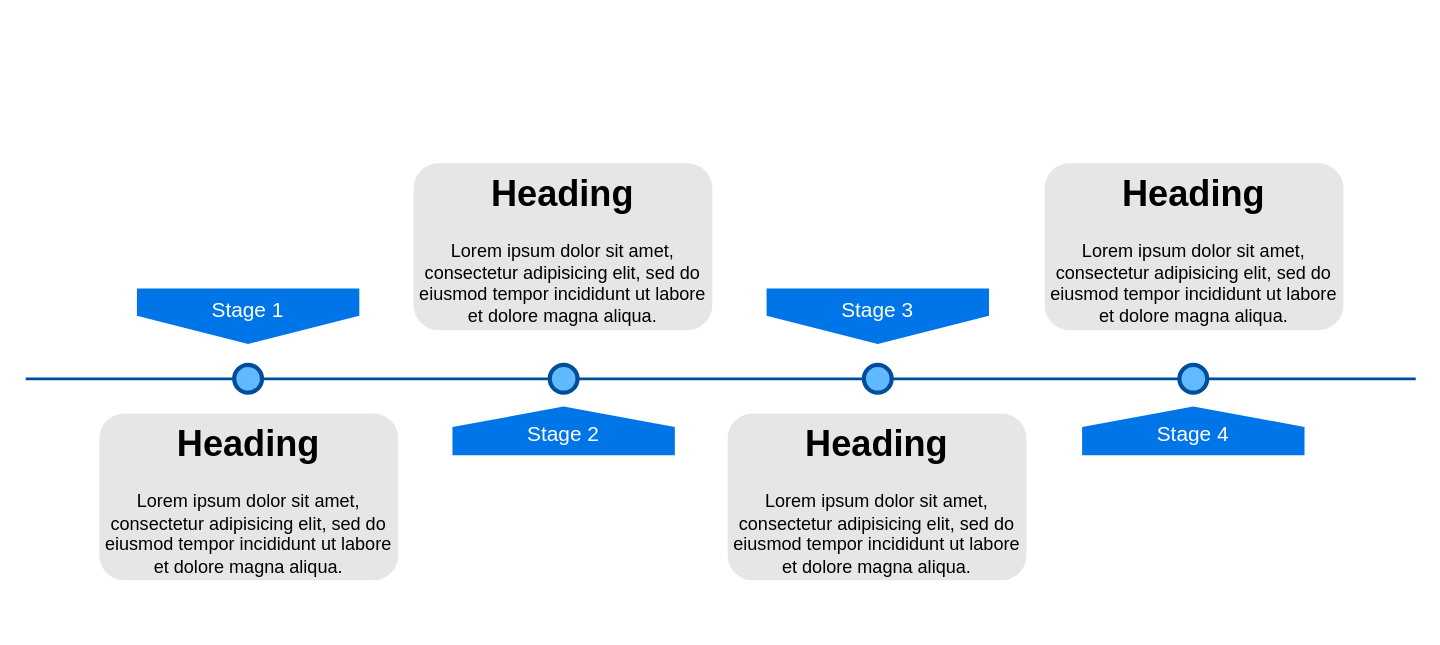
Before: Untitled Diagram.drawio in axe360/datamonetisation, a draw.io diagram. Source tidied: cells renumbered, new cells numbered last; positions are measured from the earlier drawing's top-left corner, leaving out a move shared by most shapes. Both pictures are drawn from the tidied source at 139%, with x=0, y=0 at pixel (25, 163).
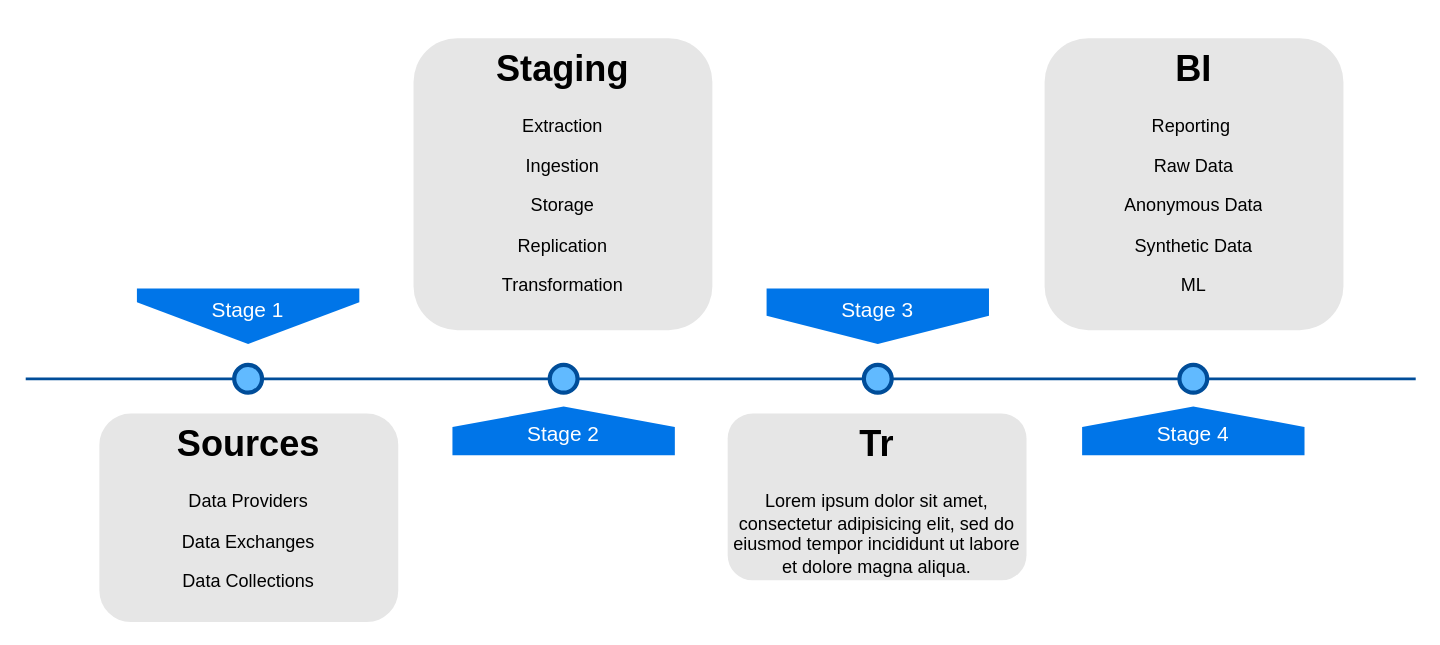
Above is the later version.

The edit, as a diff of the source:
```diff
@@
 <mxGraphModel>
   <root>
     <mxCell id="0" />
     <mxCell id="1" parent="0" />
     <mxCell id="2" style="line;strokeWidth=2;html=1;fillColor=none;fontSize=28;fontColor=#004D99;strokeColor=#004D99;" parent="1" vertex="1">
       <mxGeometry y="150" width="1000" height="10" as="geometry" />
     </mxCell>
-    <mxCell id="3" value="Stage 1" style="shape=offPageConnector;whiteSpace=wrap;html=1;fillColor=#0075E8;fontSize=15;fontColor=#FFFFFF;size=0.5093750000000015;verticalAlign=top;strokeColor=none;" parent="1" vertex="1">
+    <mxCell id="3" value="Stage 1" style="shape=offPageConnector;whiteSpace=wrap;html=1;fillColor=#0075E8;fontSize=15;fontColor=#FFFFFF;size=0.75;verticalAlign=top;strokeColor=none;" parent="1" vertex="1">
       <mxGeometry x="80" y="90" width="160" height="40" as="geometry" />
     </mxCell>
     <mxCell id="4" value="&lt;span&gt;Stage 3&lt;/span&gt;" style="shape=offPageConnector;whiteSpace=wrap;html=1;fillColor=#0075E8;fontSize=15;fontColor=#FFFFFF;size=0.5093750000000015;verticalAlign=top;strokeColor=none;" parent="1" vertex="1">
       <mxGeometry x="533" y="90" width="160" height="40" as="geometry" />
     </mxCell>
     <mxCell id="5" value="&lt;span&gt;Stage 2&lt;/span&gt;" style="shape=offPageConnector;whiteSpace=wrap;html=1;fillColor=#0075E8;fontSize=15;fontColor=#FFFFFF;size=0.4178571428571445;flipV=1;verticalAlign=bottom;strokeColor=none;spacingBottom=4;" parent="1" vertex="1">
       <mxGeometry x="307" y="175" width="160" height="35" as="geometry" />
     </mxCell>
     <mxCell id="6" value="&lt;span&gt;Stage 4&lt;/span&gt;" style="shape=offPageConnector;whiteSpace=wrap;html=1;fillColor=#0075E8;fontSize=15;fontColor=#FFFFFF;size=0.4178571428571445;flipV=1;verticalAlign=bottom;strokeColor=none;spacingBottom=4;" parent="1" vertex="1">
       <mxGeometry x="760" y="175" width="160" height="35" as="geometry" />
     </mxCell>
     <mxCell id="7" style="ellipse;whiteSpace=wrap;html=1;fillColor=#61BAFF;fontSize=28;fontColor=#004D99;strokeWidth=3;strokeColor=#004D99;" parent="1" vertex="1">
       <mxGeometry x="150" y="145" width="20" height="20" as="geometry" />
     </mxCell>
     <mxCell id="8" style="ellipse;whiteSpace=wrap;html=1;fillColor=#61BAFF;fontSize=28;fontColor=#004D99;strokeWidth=3;strokeColor=#004D99;" parent="1" vertex="1">
       <mxGeometry x="377" y="145" width="20" height="20" as="geometry" />
     </mxCell>
     <mxCell id="9" style="ellipse;whiteSpace=wrap;html=1;fillColor=#61BAFF;fontSize=28;fontColor=#004D99;strokeWidth=3;strokeColor=#004D99;" parent="1" vertex="1">
       <mxGeometry x="603" y="145" width="20" height="20" as="geometry" />
     </mxCell>
     <mxCell id="10" style="ellipse;whiteSpace=wrap;html=1;fillColor=#61BAFF;fontSize=28;fontColor=#004D99;strokeWidth=3;strokeColor=#004D99;" parent="1" vertex="1">
       <mxGeometry x="830" y="145" width="20" height="20" as="geometry" />
     </mxCell>
-    <mxCell id="11" value="&lt;h1&gt;Heading&lt;/h1&gt;&lt;p&gt;Lorem ipsum dolor sit amet, consectetur adipisicing elit, sed do eiusmod tempor incididunt ut labore et dolore magna aliqua.&lt;/p&gt;" style="text;html=1;spacing=5;spacingTop=-20;whiteSpace=wrap;overflow=hidden;strokeColor=none;strokeWidth=3;fillColor=#E6E6E6;fontSize=13;fontColor=#000000;align=center;rounded=1;" parent="1" vertex="1">
-      <mxGeometry x="53" y="180" width="215" height="120" as="geometry" />
+    <mxCell id="11" value="&lt;h1&gt;Sources&lt;/h1&gt;&lt;p&gt;Data Providers&lt;/p&gt;&lt;p&gt;Data Exchanges&lt;/p&gt;&lt;p&gt;Data Collections&lt;/p&gt;" style="text;html=1;spacing=5;spacingTop=-20;whiteSpace=wrap;overflow=hidden;strokeColor=none;strokeWidth=3;fillColor=#E6E6E6;fontSize=13;fontColor=#000000;align=center;rounded=1;" parent="1" vertex="1">
+      <mxGeometry x="53" y="180" width="215" height="150" as="geometry" />
     </mxCell>
-    <mxCell id="12" value="&lt;h1&gt;Heading&lt;/h1&gt;&lt;p&gt;Lorem ipsum dolor sit amet, consectetur adipisicing elit, sed do eiusmod tempor incididunt ut labore et dolore magna aliqua.&lt;/p&gt;" style="text;html=1;spacing=5;spacingTop=-20;whiteSpace=wrap;overflow=hidden;strokeColor=none;strokeWidth=3;fillColor=#E6E6E6;fontSize=13;fontColor=#000000;align=center;rounded=1;" parent="1" vertex="1">
-      <mxGeometry x="279" width="215" height="120" as="geometry" />
+    <mxCell id="12" value="&lt;h1&gt;Staging&lt;/h1&gt;&lt;p&gt;Extraction&lt;/p&gt;&lt;p&gt;Ingestion&lt;/p&gt;&lt;p&gt;Storage&lt;/p&gt;&lt;p&gt;Replication&lt;/p&gt;&lt;p&gt;Transformation&lt;/p&gt;&lt;p&gt;&lt;br&gt;&lt;/p&gt;" style="text;html=1;spacing=5;spacingTop=-20;whiteSpace=wrap;overflow=hidden;strokeColor=none;strokeWidth=3;fillColor=#E6E6E6;fontSize=13;fontColor=#000000;align=center;rounded=1;" parent="1" vertex="1">
+      <mxGeometry x="279" y="-90" width="215" height="210" as="geometry" />
     </mxCell>
-    <mxCell id="13" value="&lt;h1&gt;Heading&lt;/h1&gt;&lt;p&gt;Lorem ipsum dolor sit amet, consectetur adipisicing elit, sed do eiusmod tempor incididunt ut labore et dolore magna aliqua.&lt;/p&gt;" style="text;html=1;spacing=5;spacingTop=-20;whiteSpace=wrap;overflow=hidden;strokeColor=none;strokeWidth=3;fillColor=#E6E6E6;fontSize=13;fontColor=#000000;align=center;rounded=1;" parent="1" vertex="1">
+    <mxCell id="13" value="&lt;h1&gt;Tr&lt;/h1&gt;&lt;p&gt;Lorem ipsum dolor sit amet, consectetur adipisicing elit, sed do eiusmod tempor incididunt ut labore et dolore magna aliqua.&lt;/p&gt;" style="text;html=1;spacing=5;spacingTop=-20;whiteSpace=wrap;overflow=hidden;strokeColor=none;strokeWidth=3;fillColor=#E6E6E6;fontSize=13;fontColor=#000000;align=center;rounded=1;" parent="1" vertex="1">
       <mxGeometry x="505" y="180" width="215" height="120" as="geometry" />
     </mxCell>
-    <mxCell id="14" value="&lt;h1&gt;Heading&lt;/h1&gt;&lt;p&gt;Lorem ipsum dolor sit amet, consectetur adipisicing elit, sed do eiusmod tempor incididunt ut labore et dolore magna aliqua.&lt;/p&gt;" style="text;html=1;spacing=5;spacingTop=-20;whiteSpace=wrap;overflow=hidden;strokeColor=none;strokeWidth=3;fillColor=#E6E6E6;fontSize=13;fontColor=#000000;align=center;rounded=1;" parent="1" vertex="1">
-      <mxGeometry x="733" width="215" height="120" as="geometry" />
+    <mxCell id="14" value="&lt;h1&gt;BI&lt;/h1&gt;&lt;p&gt;Reporting&amp;nbsp;&lt;/p&gt;&lt;p&gt;Raw Data&lt;/p&gt;&lt;p&gt;&lt;span style=&quot;background-color: initial;&quot;&gt;Anonymous Data&lt;/span&gt;&lt;/p&gt;&lt;p&gt;Synthetic Data&lt;/p&gt;&lt;p&gt;ML&lt;/p&gt;" style="text;html=1;spacing=5;spacingTop=-20;whiteSpace=wrap;overflow=hidden;strokeColor=none;strokeWidth=3;fillColor=#E6E6E6;fontSize=13;fontColor=#000000;align=center;rounded=1;" parent="1" vertex="1">
+      <mxGeometry x="733" y="-90" width="215" height="210" as="geometry" />
     </mxCell>
   </root>
 </mxGraphModel>
```
